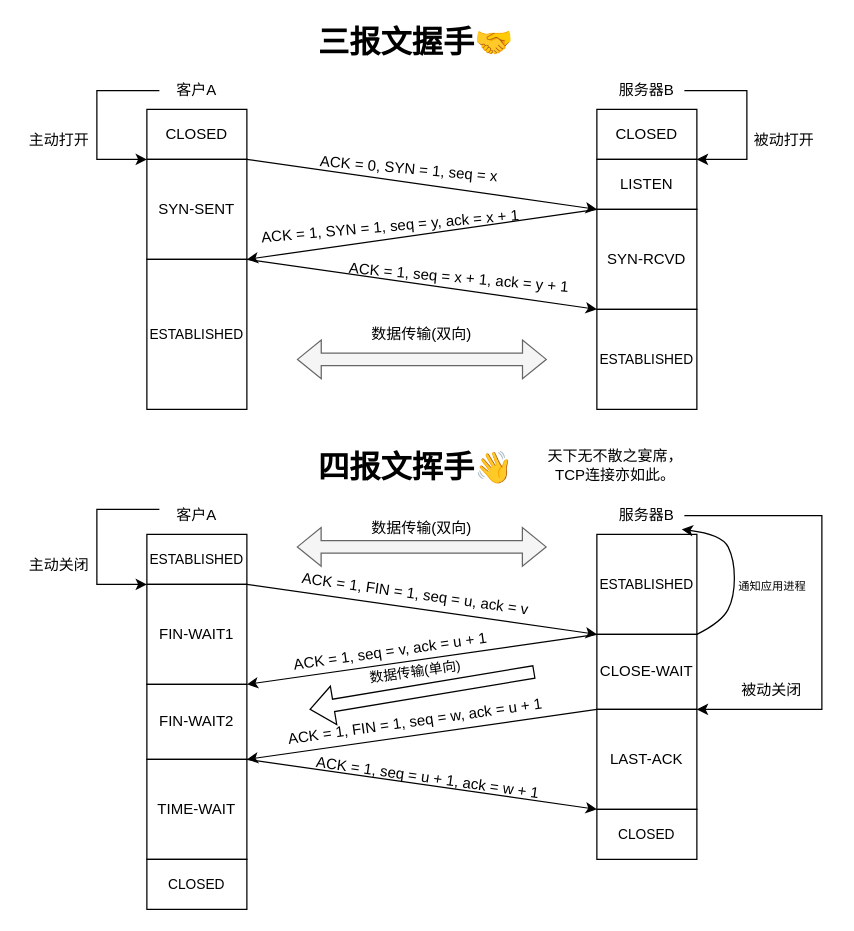
galaxynn/PostgraduateEntranceExams keeps this draw.io diagram as 绘图/三报文握手.drawio. Above is the earlier version. Source tidied: cells renumbered, new cells numbered last; positions are measured from the earlier drawing's top-left corner, leaving out a move shared by most shapes. Both pictures are drawn from the tidied source at 125%, with x=0, y=0 at pixel (21, 21).
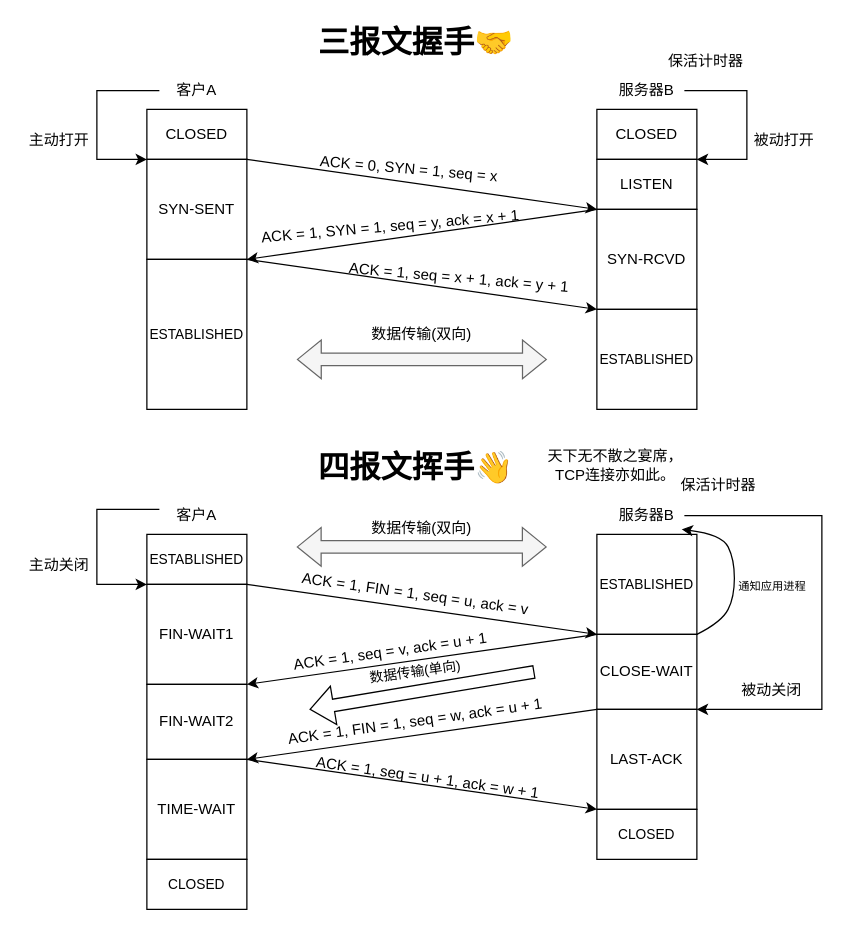
After the change.

The edit, as a diff of the source:
```diff
@@
+    <mxCell id="55" value="保活计时器" style="text;html=1;align=center;verticalAlign=middle;whiteSpace=wrap;rounded=0;" parent="1" vertex="1">
+      <mxGeometry x="510" y="17" width="75" height="30" as="geometry" />
+    </mxCell>
+    <mxCell id="56" value="保活计时器" style="text;html=1;align=center;verticalAlign=middle;whiteSpace=wrap;rounded=0;" parent="1" vertex="1">
+      <mxGeometry x="520" y="356" width="75" height="30" as="geometry" />
+    </mxCell>
```
